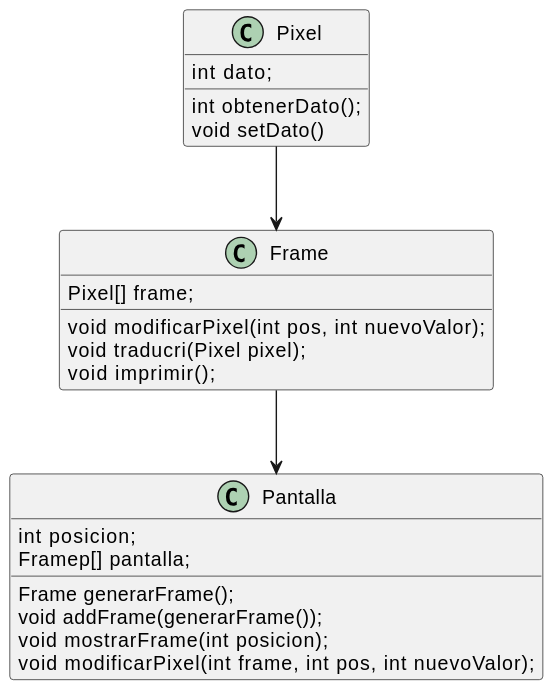
Before: entregas/deCosSaul/entrega-000/uml/diagrama.svg, a diagram exported from PlantUML (mmasias/24-25-EDA2). Source of this version:
```plantuml
@startuml
class Pixel{
  int dato;
  int obtenerDato();
  void setDato()
}

class Frame{
  Pixel[] frame;
  void modificarPixel(int pos, int nuevoValor);
  void traducri(Pixel pixel);
  void imprimir();
}

class Pantalla{
  int posicion;
  Framep[] pantalla;
  Frame generarFrame();
  void addFrame(generarFrame());
  void mostrarFrame(int posicion);
  void modificarPixel(int frame, int pos, int nuevoValor);
}

Pixel --> Frame
Frame --> Pantalla
@enduml
```
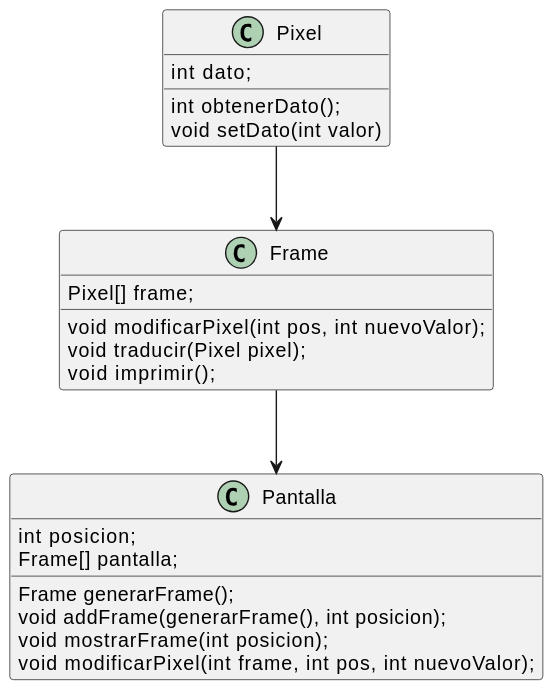
After the change.

What changed in the source:
```diff
@@ -2,21 +2,21 @@
 class Pixel{
   int dato;
   int obtenerDato();
-  void setDato()
+  void setDato(int valor)
 }
 
 class Frame{
   Pixel[] frame;
   void modificarPixel(int pos, int nuevoValor);
-  void traducri(Pixel pixel);
+  void traducir(Pixel pixel);
   void imprimir();
 }
 
 class Pantalla{
   int posicion;
-  Framep[] pantalla;
+  Frame[] pantalla;
   Frame generarFrame();
-  void addFrame(generarFrame());
+  void addFrame(generarFrame(), int posicion);
   void mostrarFrame(int posicion);
   void modificarPixel(int frame, int pos, int nuevoValor);
 }
```
